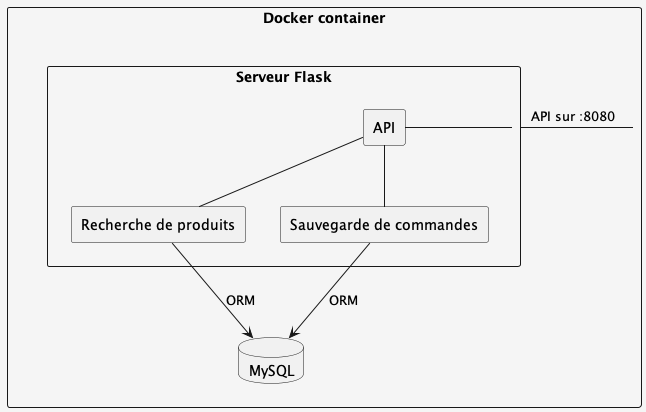
Before: out/documentation/UML/Deploiement/BlockViewLevel2/Niveau2.png, a diagram exported from PlantUML (ErwanDerrien/GestionnaireMagasin). Its diagram source:
```plantuml
@startuml Niveau2
skinparam {
  BackgroundColor #F5F5F5
  ComponentStyle rectangle
}

component "Docker container" as dc {
  component "Serveur Flask" as sf {
    [API] as api
    [Recherche de produits] as products
    [Sauvegarde de commandes] as orders
  }
  database "MySQL" as db
}

sf - api
api -- products
api -- orders
products --> db : ORM
orders --> db : ORM
sf - dc : API sur :8080
@enduml
```
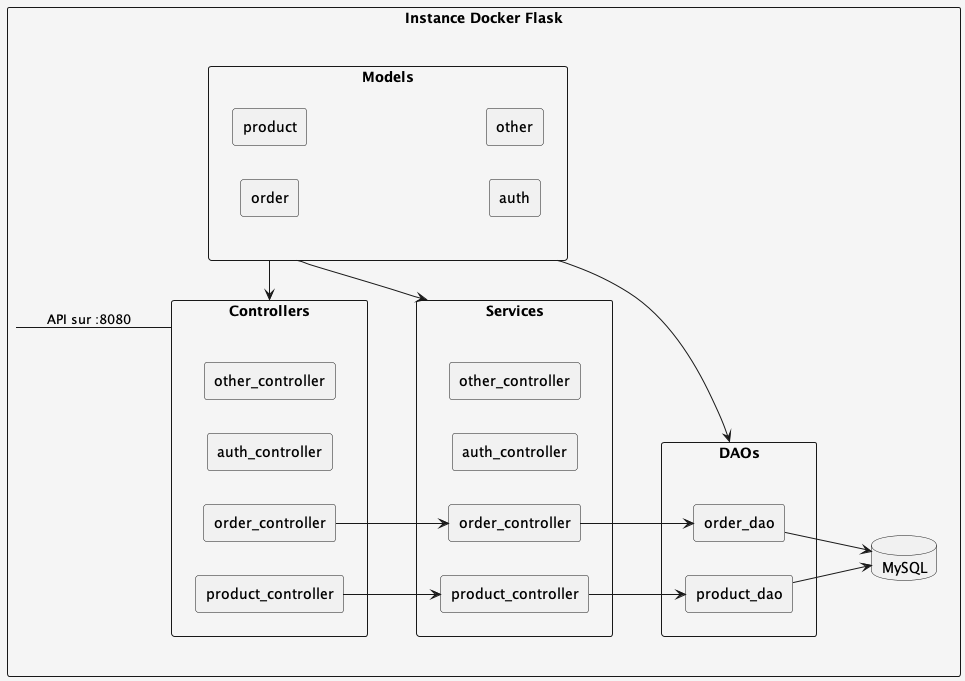
After the commit.

Diff of the diagram source:
```diff
@@ -4,19 +4,42 @@
   ComponentStyle rectangle
 }
 
-component "Docker container" as dc {
-  component "Serveur Flask" as sf {
-    [API] as api
-    [Recherche de produits] as products
-    [Sauvegarde de commandes] as orders
+left to right direction
+
+component "Instance Docker Flask" as dc {
+  component "Controllers" {
+    rectangle order_controller as oc
+    rectangle product_controller as pc
+    rectangle auth_controller as ac
+    rectangle other_controller as oc2
+  }
+  component "Services" {
+    rectangle order_controller as os
+    rectangle product_controller as ps
+    rectangle auth_controller as as
+    rectangle other_controller as os2
+  }
+  component "Models" {
+    rectangle order as orders
+    rectangle product as products
+    rectangle auth as auth
+    rectangle other as other
+  }
+  component "DAOs" {
+    rectangle order_dao as od
+    rectangle product_dao as pd
   }
   database "MySQL" as db
 }
 
-sf - api
-api -- products
-api -- orders
-products --> db : ORM
-orders --> db : ORM
-sf - dc : API sur :8080
+dc -- Controllers : API sur :8080
+Models -> Controllers
+Models -> Services
+Models -> DAOs
+oc --> os
+pc --> ps
+os --> od
+ps --> pd
+od --> db
+pd --> db
 @enduml
```
